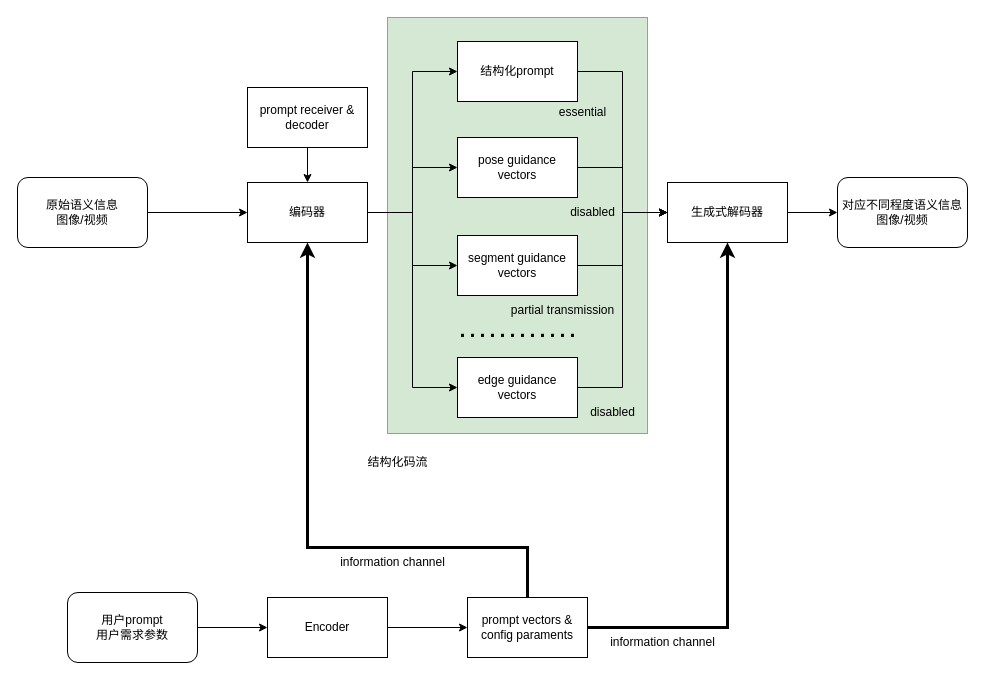
This is 基于生成式AI的结构化语义编解码系统.drawio from hrf666666/FlowCharts, a draw.io file, before an edit. Source tidied: cells renumbered, new cells numbered last; positions are measured from the earlier drawing's top-left corner, leaving out a move shared by most shapes. Both pictures are drawn from the tidied source at 100%, with x=0, y=0 at pixel (17, 17).
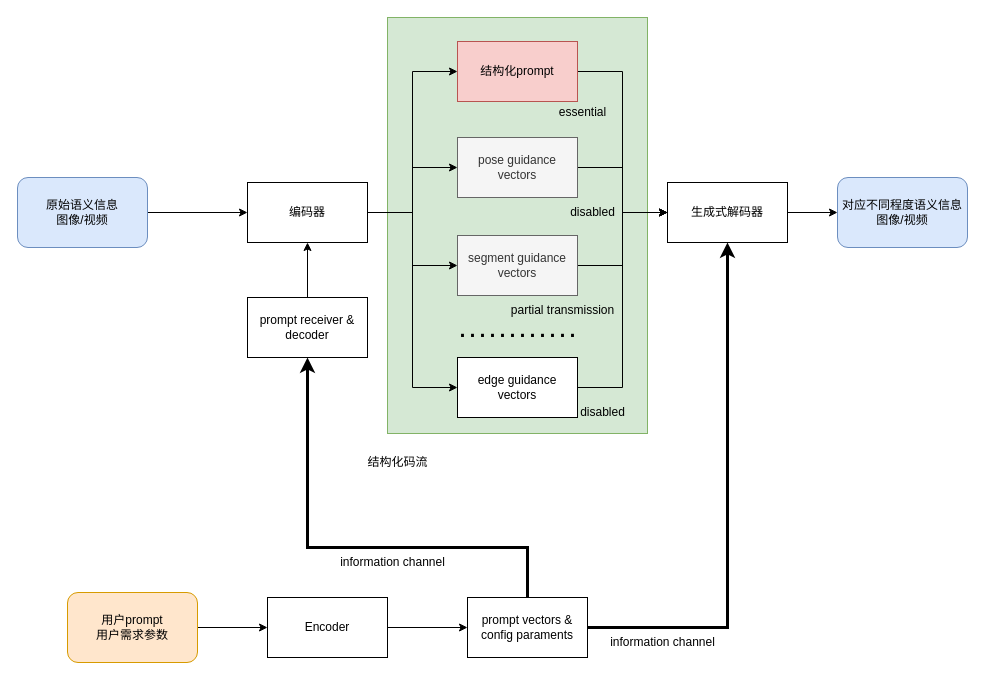
Above is the later version.

Commit message (it also covers changes not shown here):
更新基于生成式AI的结构化语义编解码系统.drawio

Unchanged cells that the change refers to:
```xml
<mxCell id="9" value="编码器" style="rounded=0;whiteSpace=wrap;html=1;" parent="1" vertex="1">
  <mxGeometry x="230" y="165" width="120" height="60" as="geometry" />
</mxCell>
<mxCell id="30" value="prompt vectors &amp;amp;&lt;br&gt;config paraments" style="rounded=0;whiteSpace=wrap;html=1;" parent="1" vertex="1">
  <mxGeometry x="450" y="580" width="120" height="60" as="geometry" />
</mxCell>
```

Change to the diagram source:
```diff
@@
-    <mxCell id="4" value="原始语义信息&lt;br&gt;图像/视频" style="rounded=1;whiteSpace=wrap;html=1;" parent="1" vertex="1">
+    <mxCell id="4" value="原始语义信息&lt;br&gt;图像/视频" style="rounded=1;whiteSpace=wrap;html=1;fillColor=#dae8fc;strokeColor=#6c8ebf;" parent="1" vertex="1">
       <mxGeometry y="160" width="130" height="70" as="geometry" />
     </mxCell>
@@
-    <mxCell id="11" value="pose guidance&lt;br&gt;vectors" style="rounded=0;whiteSpace=wrap;html=1;" parent="1" vertex="1">
+    <mxCell id="11" value="pose guidance&lt;br&gt;vectors" style="rounded=0;whiteSpace=wrap;html=1;fillColor=#f5f5f5;fontColor=#333333;strokeColor=#666666;" parent="1" vertex="1">
       <mxGeometry x="440" y="120" width="120" height="60" as="geometry" />
     </mxCell>
@@
-    <mxCell id="14" value="对应不同程度语义信息&lt;br&gt;图像/视频" style="rounded=1;whiteSpace=wrap;html=1;" parent="1" vertex="1">
+    <mxCell id="14" value="对应不同程度语义信息&lt;br&gt;图像/视频" style="rounded=1;whiteSpace=wrap;html=1;fillColor=#dae8fc;strokeColor=#6c8ebf;" parent="1" vertex="1">
       <mxGeometry x="820" y="160" width="130" height="70" as="geometry" />
     </mxCell>
@@
-    <mxCell id="16" value="segment guidance&lt;div&gt;vectors&lt;/div&gt;" style="rounded=0;whiteSpace=wrap;html=1;" parent="1" vertex="1">
+    <mxCell id="16" value="segment guidance&lt;div&gt;vectors&lt;/div&gt;" style="rounded=0;whiteSpace=wrap;html=1;fillColor=#f5f5f5;fontColor=#333333;strokeColor=#666666;" parent="1" vertex="1">
       <mxGeometry x="440" y="218" width="120" height="60" as="geometry" />
     </mxCell>
@@
-    <mxCell id="20" value="结构化prompt" style="rounded=0;whiteSpace=wrap;html=1;" parent="1" vertex="1">
+    <mxCell id="20" value="结构化prompt" style="rounded=0;whiteSpace=wrap;html=1;fillColor=#f8cecc;strokeColor=#b85450;" parent="1" vertex="1">
       <mxGeometry x="440" y="24" width="120" height="60" as="geometry" />
     </mxCell>
-    <mxCell id="21" style="edgeStyle=orthogonalEdgeStyle;rounded=0;jettySize=auto;html=1;entryX=0.5;entryY=0;entryDx=0;entryDy=0;" parent="1" edge="1" source="22" target="9">
+    <mxCell id="21" style="edgeStyle=orthogonalEdgeStyle;rounded=0;jettySize=auto;html=1;entryX=0.5;entryY=1;entryDx=0;entryDy=0;" parent="1" edge="1" source="22" target="9">
       <mxGeometry relative="1" as="geometry" />
     </mxCell>
     <mxCell id="22" value="prompt receiver &amp;amp; decoder" style="rounded=0;whiteSpace=wrap;html=1;" parent="1" vertex="1">
-      <mxGeometry x="230" y="70" width="120" height="60" as="geometry" />
+      <mxGeometry x="230" y="280" width="120" height="60" as="geometry" />
     </mxCell>
@@
-    <mxCell id="25" value="用户prompt&lt;div&gt;用户需求参数&lt;/div&gt;" style="rounded=1;whiteSpace=wrap;html=1;" parent="1" vertex="1">
+    <mxCell id="25" value="用户prompt&lt;div&gt;用户需求参数&lt;/div&gt;" style="rounded=1;whiteSpace=wrap;html=1;fillColor=#ffe6cc;strokeColor=#d79b00;" parent="1" vertex="1">
       <mxGeometry x="50" y="575" width="130" height="70" as="geometry" />
     </mxCell>
@@
-    <mxCell id="28" style="edgeStyle=orthogonalEdgeStyle;rounded=0;jettySize=auto;html=1;entryX=0.5;entryY=1;entryDx=0;entryDy=0;strokeWidth=3;" parent="1" edge="1" source="30" target="9">
+    <mxCell id="28" style="edgeStyle=orthogonalEdgeStyle;rounded=0;jettySize=auto;html=1;strokeWidth=3;entryX=0.5;entryY=1;entryDx=0;entryDy=0;" parent="1" edge="1" source="30" target="22">
       <mxGeometry relative="1" as="geometry">
         <Array as="points">
           <mxPoint x="510" y="530" />
           <mxPoint x="290" y="530" />
         </Array>
       </mxGeometry>
     </mxCell>
@@
     <mxCell id="32" value="disabled" style="text;html=1;align=center;verticalAlign=middle;strokeColor=none;fillColor=none;" parent="1" vertex="1">
-      <mxGeometry x="560" y="380" width="70" height="30" as="geometry" />
+      <mxGeometry x="550" y="380" width="70" height="30" as="geometry" />
     </mxCell>
```
